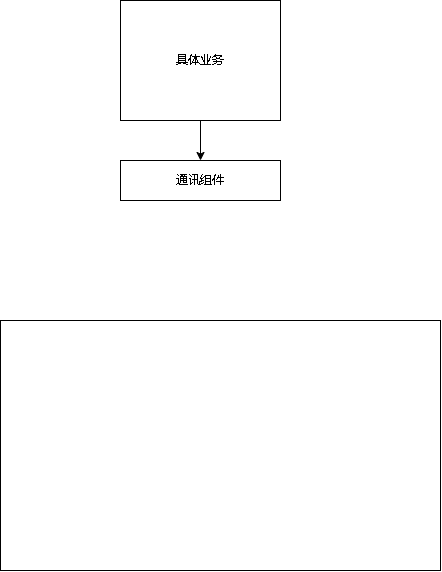
xktder/draw keeps this draw.io diagram as cgopro_通讯组件.drawio.png. Above is the earlier version. Source tidied: cells renumbered, new cells last; positions are measured from the earlier drawing's top-left corner, leaving out a move shared by most shapes.
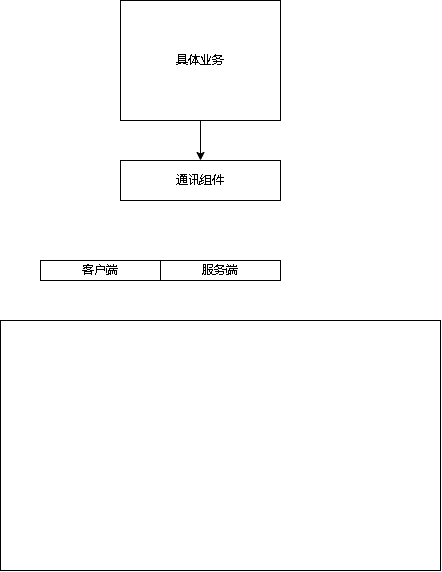
After the commit.

Commit message:
更新cgopro_通讯组件.drawio.png

The edit, as a diff of the source:
```diff
@@ -14,5 +14,11 @@
     <mxCell id="5" style="rounded=0;whiteSpace=wrap;html=1;" parent="1" vertex="1">
       <mxGeometry y="320" width="440" height="250" as="geometry" />
     </mxCell>
+    <mxCell id="6" value="客户端" style="rounded=0;whiteSpace=wrap;html=1;" parent="1" vertex="1">
+      <mxGeometry x="40" y="260" width="120" height="20" as="geometry" />
+    </mxCell>
+    <mxCell id="7" value="服务端" style="rounded=0;whiteSpace=wrap;html=1;" parent="1" vertex="1">
+      <mxGeometry x="160" y="260" width="120" height="20" as="geometry" />
+    </mxCell>
   </root>
 </mxGraphModel>
```
